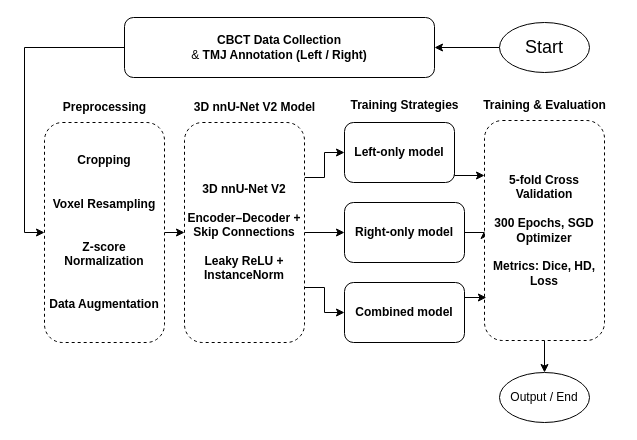
This is TMJ Segmentation Training Workflow.drawio from Henryblankwu/TMJ-CBCT-Segmentation-Data, a draw.io file, before an edit. Source tidied: cells renumbered, new cells numbered last; positions are measured from the earlier drawing's top-left corner, leaving out a move shared by most shapes. Both pictures are drawn from the tidied source at 100%, with x=0, y=0 at pixel (44, 17).
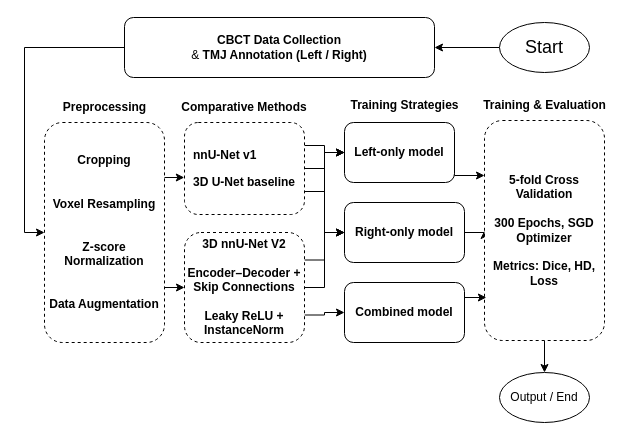
After the change.

The change refers to these unchanged cells:
```xml
<mxCell id="3" value="&lt;div&gt;&lt;b&gt;Cropping&lt;/b&gt;&lt;/div&gt;&lt;div&gt;&lt;b&gt;&lt;br&gt;&lt;/b&gt;&lt;/div&gt;&lt;div&gt;&lt;b&gt;&lt;br&gt;&lt;/b&gt;&lt;/div&gt;&lt;div&gt;&lt;b&gt;Voxel Resampling&lt;/b&gt;&lt;/div&gt;&lt;div&gt;&lt;b&gt;&lt;br&gt;&lt;/b&gt;&lt;/div&gt;&lt;div&gt;&lt;b&gt;&lt;br&gt;&lt;/b&gt;&lt;/div&gt;&lt;div&gt;&lt;b&gt;Z-score Normalization&lt;/b&gt;&lt;/div&gt;&lt;div&gt;&lt;b&gt;&lt;br&gt;&lt;/b&gt;&lt;/div&gt;&lt;div&gt;&lt;b&gt;&lt;br&gt;&lt;/b&gt;&lt;/div&gt;&lt;div&gt;&lt;b&gt;Data Augmentation&lt;/b&gt;&lt;/div&gt;" style="rounded=1;whiteSpace=wrap;html=1;dashed=1;" parent="1" vertex="1">
  <mxGeometry y="105" width="120" height="220" as="geometry" />
</mxCell>
<mxCell id="11" value="&lt;b&gt;Left-only model&lt;/b&gt;" style="rounded=1;whiteSpace=wrap;html=1;" parent="1" vertex="1">
  <mxGeometry x="300" y="105" width="110" height="60" as="geometry" />
</mxCell>
<mxCell id="14" value="&lt;b&gt;Right-only model&lt;/b&gt;" style="rounded=1;whiteSpace=wrap;html=1;" parent="1" vertex="1">
  <mxGeometry x="300" y="185" width="120" height="60" as="geometry" />
</mxCell>
<mxCell id="15" value="&lt;b&gt;Combined model&lt;/b&gt;" style="rounded=1;whiteSpace=wrap;html=1;" parent="1" vertex="1">
  <mxGeometry x="300" y="265" width="120" height="60" as="geometry" />
</mxCell>
```

Diff of the diagram source:
```diff
@@
-    <mxCell id="2" style="edgeStyle=orthogonalEdgeStyle;rounded=0;jettySize=auto;html=1;exitX=1;exitY=0.5;exitDx=0;exitDy=0;entryX=0;entryY=0.5;entryDx=0;entryDy=0;" parent="1" edge="1" source="3" target="8">
+    <mxCell id="2" style="edgeStyle=orthogonalEdgeStyle;rounded=0;jettySize=auto;html=1;exitX=1;exitY=0.75;exitDx=0;exitDy=0;entryX=0;entryY=0.5;entryDx=0;entryDy=0;" parent="1" edge="1" source="3" target="8">
       <mxGeometry relative="1" as="geometry" />
     </mxCell>
@@
-    <mxCell id="7" style="edgeStyle=orthogonalEdgeStyle;rounded=0;jettySize=auto;html=1;exitX=1;exitY=0.75;exitDx=0;exitDy=0;entryX=0;entryY=0.5;entryDx=0;entryDy=0;" parent="1" edge="1" source="8" target="15">
+    <mxCell id="7" style="edgeStyle=orthogonalEdgeStyle;rounded=0;jettySize=auto;html=1;exitX=1;exitY=0.75;exitDx=0;exitDy=0;" parent="1" edge="1" source="8" target="15">
       <mxGeometry relative="1" as="geometry" />
     </mxCell>
     <mxCell id="8" value="&lt;div&gt;&lt;b&gt;3D nnU-Net V2&lt;/b&gt;&lt;/div&gt;&lt;div&gt;&lt;b&gt;&lt;br&gt;&lt;/b&gt;&lt;/div&gt;&lt;div&gt;&lt;b&gt;Encoder–Decoder + Skip Connections&lt;/b&gt;&lt;/div&gt;&lt;div&gt;&lt;b&gt;&lt;br&gt;&lt;/b&gt;&lt;/div&gt;&lt;div&gt;&lt;b&gt;Leaky ReLU + InstanceNorm&lt;/b&gt;&lt;/div&gt;" style="rounded=1;whiteSpace=wrap;html=1;dashed=1;" parent="1" vertex="1">
-      <mxGeometry x="140" y="105" width="120" height="220" as="geometry" />
+      <mxGeometry x="140" y="215" width="120" height="110" as="geometry" />
     </mxCell>
-    <mxCell id="9" value="&lt;b&gt;3D nnU-Net V2 Model&lt;/b&gt;" style="text;html=1;align=center;verticalAlign=middle;strokeColor=none;fillColor=none;" parent="1" vertex="1">
-      <mxGeometry x="140" y="75" width="140" height="30" as="geometry" />
-    </mxCell>
@@
+    <mxCell id="25" style="edgeStyle=orthogonalEdgeStyle;rounded=0;jettySize=auto;html=1;exitX=1;exitY=0.5;exitDx=0;exitDy=0;entryX=0;entryY=0.5;entryDx=0;entryDy=0;" parent="1" edge="1" source="29" target="11">
+      <mxGeometry relative="1" as="geometry" />
+    </mxCell>
+    <mxCell id="26" style="edgeStyle=orthogonalEdgeStyle;rounded=0;jettySize=auto;html=1;exitX=1;exitY=0.5;exitDx=0;exitDy=0;entryX=0;entryY=0.5;entryDx=0;entryDy=0;" parent="1" edge="1" source="29" target="14">
+      <mxGeometry relative="1" as="geometry" />
+    </mxCell>
+    <mxCell id="27" style="edgeStyle=orthogonalEdgeStyle;rounded=0;jettySize=auto;html=1;exitX=1;exitY=0.75;exitDx=0;exitDy=0;entryX=0;entryY=0.5;entryDx=0;entryDy=0;" parent="1" edge="1" source="29" target="14">
+      <mxGeometry relative="1" as="geometry" />
+    </mxCell>
+    <mxCell id="28" style="edgeStyle=orthogonalEdgeStyle;rounded=0;jettySize=auto;html=1;exitX=1;exitY=0.25;exitDx=0;exitDy=0;entryX=0;entryY=0.5;entryDx=0;entryDy=0;" parent="1" edge="1" source="29" target="11">
+      <mxGeometry relative="1" as="geometry" />
+    </mxCell>
+    <mxCell id="29" value="&lt;p style=&quot;text-align: left;&quot;&gt;&lt;span style=&quot;background-color: transparent; color: light-dark(rgb(0, 0, 0), rgb(255, 255, 255));&quot;&gt;&lt;b&gt;nnU-Net v1&lt;/b&gt;&lt;/span&gt;&lt;/p&gt;&lt;p style=&quot;text-align: left;&quot;&gt;&lt;span style=&quot;background-color: transparent; color: light-dark(rgb(0, 0, 0), rgb(255, 255, 255));&quot;&gt;&lt;b&gt;3D U-Net baseline&lt;/b&gt;&lt;/span&gt;&lt;/p&gt;" style="rounded=1;whiteSpace=wrap;html=1;dashed=1;" parent="1" vertex="1">
+      <mxGeometry x="140" y="105" width="120" height="92" as="geometry" />
+    </mxCell>
+    <mxCell id="30" value="&lt;strong style=&quot;text-align: left;&quot;&gt;Comparative Methods&lt;/strong&gt;" style="text;html=1;align=center;verticalAlign=middle;whiteSpace=wrap;rounded=0;" parent="1" vertex="1">
+      <mxGeometry x="125" y="75" width="150" height="30" as="geometry" />
+    </mxCell>
+    <mxCell id="31" style="edgeStyle=orthogonalEdgeStyle;rounded=0;jettySize=auto;html=1;exitX=1;exitY=0.25;exitDx=0;exitDy=0;entryX=-0.002;entryY=0.596;entryDx=0;entryDy=0;entryPerimeter=0;" parent="1" edge="1" source="3" target="29">
+      <mxGeometry relative="1" as="geometry" />
+    </mxCell>
```
